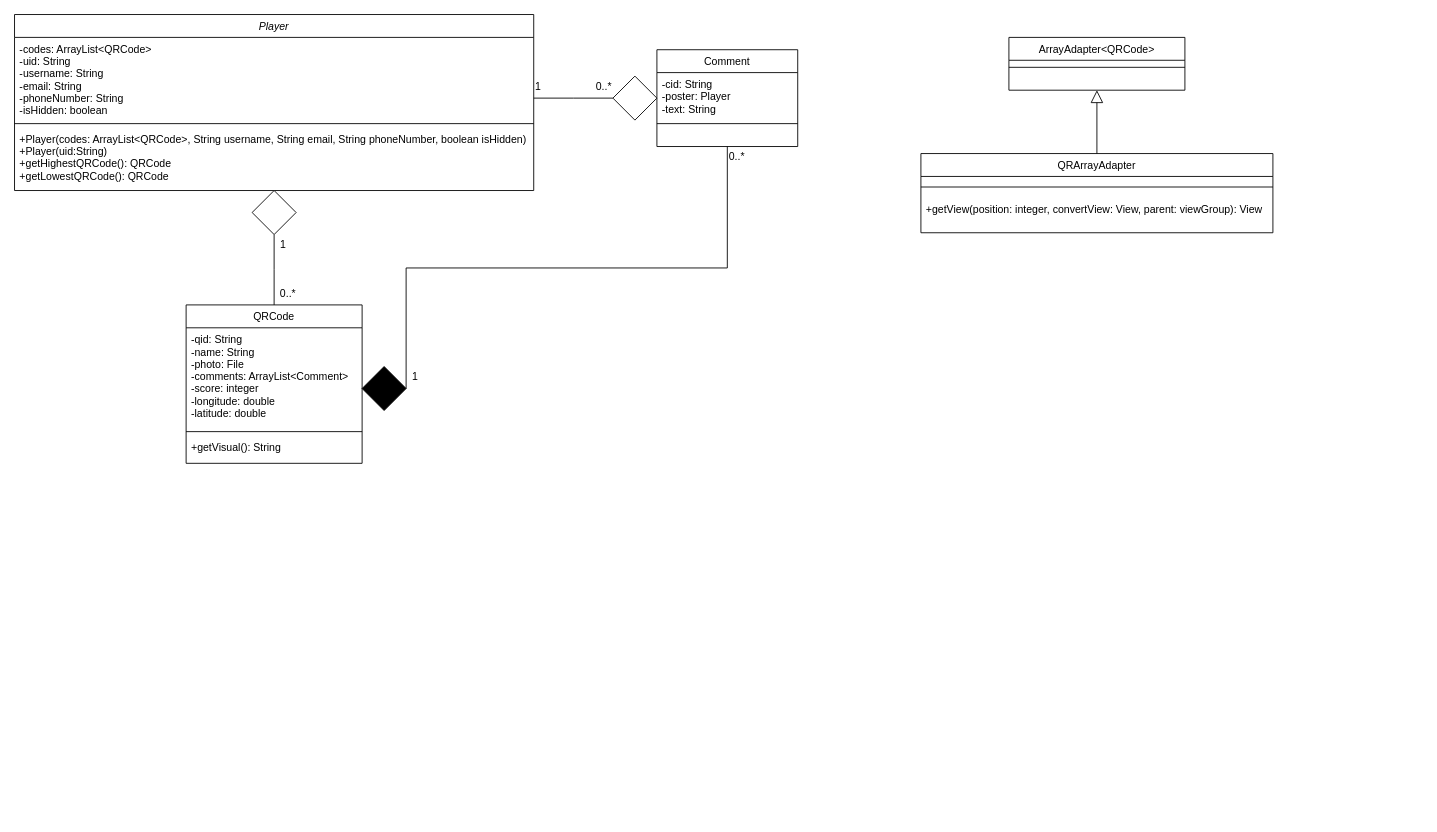
Earlier version of the draw.io diagram part3_temp_work/classdiagram.drawio (CMPUT301W23T18/Team18Project). Source tidied: cells renumbered, new cells numbered last; positions are measured from the earlier drawing's top-left corner, leaving out a move shared by most shapes. Both pictures are drawn from the tidied source at 88%, with x=0, y=0 at pixel (14, 14).
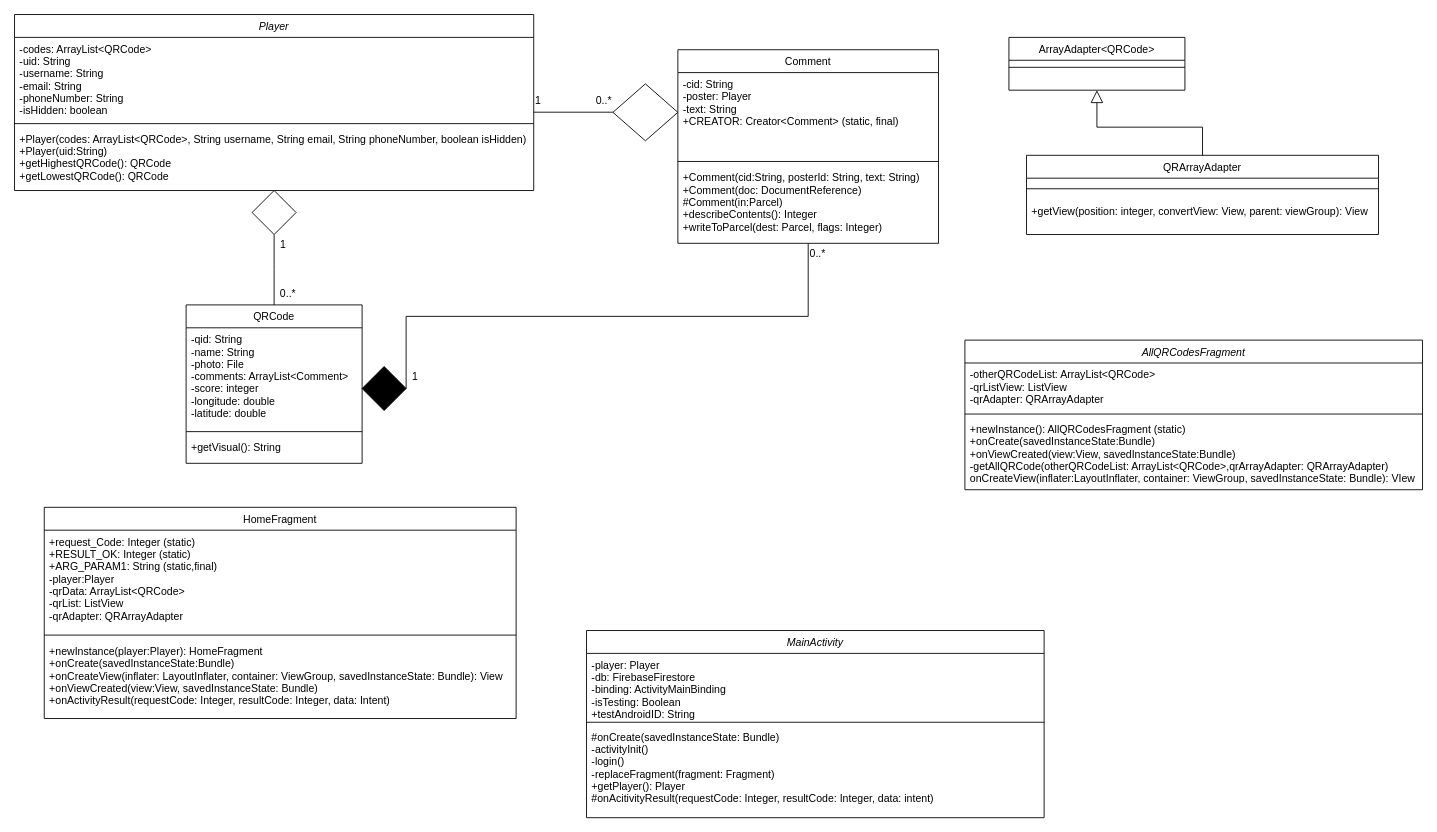
The same diagram, later.

What changed in the source:
```diff
@@
     <mxCell id="9" style="group;" parent="1" vertex="1">
-      <mxGeometry x="680" y="40" width="210" height="110" as="geometry" />
+      <mxGeometry x="680" y="40" width="400" height="250" as="geometry" />
     </mxCell>
     <mxCell id="10" value="Comment" style="swimlane;fontStyle=0;align=center;verticalAlign=top;horizontal=1;startSize=26;rounded=0;shadow=0;strokeWidth=1;" parent="9" vertex="1">
-      <mxGeometry x="50" width="160" height="110" as="geometry" />
+      <mxGeometry x="73.8" width="296.2" height="220" as="geometry" />
     </mxCell>
-    <mxCell id="11" value="-cid: String&#10;-poster: Player&#10;-text: String" style="text;align=left;verticalAlign=top;spacingLeft=4;spacingRight=4;overflow=hidden;" parent="10" vertex="1">
-      <mxGeometry y="26" width="160" height="54" as="geometry" />
+    <mxCell id="11" value="-cid: String&#10;-poster: Player&#10;-text: String&#10;+CREATOR: Creator&lt;Comment&gt; (static, final)" style="text;align=left;verticalAlign=top;spacingLeft=4;spacingRight=4;overflow=hidden;" parent="10" vertex="1">
+      <mxGeometry y="26" width="296.2" height="95.8" as="geometry" />
     </mxCell>
     <mxCell id="12" style="line;html=1;strokeWidth=1;align=left;verticalAlign=middle;spacingTop=-1;spacingLeft=3;spacingRight=3;labelPosition=right;" parent="10" vertex="1">
-      <mxGeometry y="80" width="160" height="8" as="geometry" />
+      <mxGeometry y="121.8" width="296.2" height="10.4" as="geometry" />
     </mxCell>
+    <mxCell id="35" value="+Comment(cid:String, posterId: String, text: String)&#10;+Comment(doc: DocumentReference)&#10;#Comment(in:Parcel)&#10;+describeContents(): Integer&#10;+writeToParcel(dest: Parcel, flags: Integer)&#10;" style="text;align=left;verticalAlign=top;spacingLeft=4;spacingRight=4;overflow=hidden;" parent="10" vertex="1">
+      <mxGeometry y="132.1" width="296.2" height="77.9" as="geometry" />
+    </mxCell>
     <mxCell id="13" style="rhombus;whiteSpace=wrap;html=1;" parent="9" vertex="1">
-      <mxGeometry y="30" width="50" height="50" as="geometry" />
+      <mxGeometry y="38.8" width="73.8" height="64.7" as="geometry" />
     </mxCell>
@@
     <mxCell id="27" style="group;" parent="1" vertex="1">
-      <mxGeometry x="1030" y="158" width="400" height="90" as="geometry" />
+      <mxGeometry x="1150" y="160" width="400" height="90" as="geometry" />
     </mxCell>
@@
+    <mxCell id="36" style="group;" parent="1" vertex="1">
+      <mxGeometry x="-40" y="560" width="610" height="250" as="geometry" />
+    </mxCell>
+    <mxCell id="37" value="HomeFragment" style="swimlane;fontStyle=0;align=center;verticalAlign=top;horizontal=1;startSize=26;rounded=0;shadow=0;strokeWidth=1;" parent="36" vertex="1">
+      <mxGeometry x="73.8" width="536.2" height="240" as="geometry" />
+    </mxCell>
+    <mxCell id="38" value="+request_Code: Integer (static)&#10;+RESULT_OK: Integer (static)&#10;+ARG_PARAM1: String (static,final)&#10;-player:Player&#10;-qrData: ArrayList&lt;QRCode&gt;&#10;-qrList: ListView&#10;-qrAdapter: QRArrayAdapter" style="text;align=left;verticalAlign=top;spacingLeft=4;spacingRight=4;overflow=hidden;" parent="37" vertex="1">
+      <mxGeometry y="26" width="536.2" height="114" as="geometry" />
+    </mxCell>
+    <mxCell id="39" style="line;html=1;strokeWidth=1;align=left;verticalAlign=middle;spacingTop=-1;spacingLeft=3;spacingRight=3;labelPosition=right;" parent="37" vertex="1">
+      <mxGeometry y="140" width="536.2" height="10.4" as="geometry" />
+    </mxCell>
+    <mxCell id="40" value="+newInstance(player:Player): HomeFragment&#10;+onCreate(savedInstanceState:Bundle)&#10;+onCreateView(inflater: LayoutInflater, container: ViewGroup, savedInstanceState: Bundle): View&#10;+onViewCreated(view:View, savedInstanceState: Bundle)&#10;+onActivityResult(requestCode: Integer, resultCode: Integer, data: Intent)" style="text;align=left;verticalAlign=top;spacingLeft=4;spacingRight=4;overflow=hidden;" parent="37" vertex="1">
+      <mxGeometry y="150.4" width="536.2" height="77.9" as="geometry" />
+    </mxCell>
+    <mxCell id="41" style="group;" parent="1" vertex="1">
+      <mxGeometry x="610" y="460" width="570" height="480" as="geometry" />
+    </mxCell>
+    <mxCell id="42" style="group;" parent="41" vertex="1">
+      <mxGeometry x="50" y="168.9" width="520" height="311.1" as="geometry" />
+    </mxCell>
+    <mxCell id="43" value="MainActivity" style="swimlane;fontStyle=2;align=center;verticalAlign=top;horizontal=1;startSize=26;rounded=0;shadow=0;strokeWidth=1;" parent="42" vertex="1">
+      <mxGeometry x="-10" y="71.1" width="520" height="212.7" as="geometry" />
+    </mxCell>
+    <mxCell id="44" value="-player: Player&#10;-db: FirebaseFirestore&#10;-binding: ActivityMainBinding&#10;-isTesting: Boolean&#10;+testAndroidID: String&#10;" style="text;align=left;verticalAlign=top;spacingLeft=4;spacingRight=4;overflow=hidden;" parent="43" vertex="1">
+      <mxGeometry y="26" width="520" height="74.7" as="geometry" />
+    </mxCell>
+    <mxCell id="45" style="line;html=1;strokeWidth=1;align=left;verticalAlign=middle;spacingTop=-1;spacingLeft=3;spacingRight=3;labelPosition=right;" parent="43" vertex="1">
+      <mxGeometry y="100.7" width="520" height="7.1" as="geometry" />
+    </mxCell>
+    <mxCell id="46" value="#onCreate(savedInstanceState: Bundle)&#10;-activityInit()&#10;-login()&#10;-replaceFragment(fragment: Fragment)&#10;+getPlayer(): Player&#10;#onAcitivityResult(requestCode: Integer, resultCode: Integer, data: intent)" style="text;align=left;verticalAlign=top;spacingLeft=4;spacingRight=4;overflow=hidden;fontStyle=0;" parent="43" vertex="1">
+      <mxGeometry y="107.8" width="520" height="90.7" as="geometry" />
+    </mxCell>
+    <mxCell id="47" value="AllQRCodesFragment" style="swimlane;fontStyle=2;align=center;verticalAlign=top;horizontal=1;startSize=26;rounded=0;shadow=0;strokeWidth=1;" parent="1" vertex="1">
+      <mxGeometry x="1080" y="370" width="520" height="170" as="geometry" />
+    </mxCell>
+    <mxCell id="48" value="-otherQRCodeList: ArrayList&lt;QRCode&gt;&#10;-qrListView: ListView&#10;-qrAdapter: QRArrayAdapter&#10;&#10;" style="text;align=left;verticalAlign=top;spacingLeft=4;spacingRight=4;overflow=hidden;" parent="47" vertex="1">
+      <mxGeometry y="26" width="520" height="54" as="geometry" />
+    </mxCell>
+    <mxCell id="49" style="line;html=1;strokeWidth=1;align=left;verticalAlign=middle;spacingTop=-1;spacingLeft=3;spacingRight=3;labelPosition=right;" parent="47" vertex="1">
+      <mxGeometry y="80" width="520" height="8" as="geometry" />
+    </mxCell>
+    <mxCell id="50" value="+newInstance(): AllQRCodesFragment (static)&#10;+onCreate(savedInstanceState:Bundle)&#10;+onViewCreated(view:View, savedInstanceState:Bundle)&#10;-getAllQRCode(otherQRCodeList: ArrayList&lt;QRCode&gt;,qrArrayAdapter: QRArrayAdapter)&#10;onCreateView(inflater:LayoutInflater, container: ViewGroup, savedInstanceState: Bundle): VIew&#10;" style="text;align=left;verticalAlign=top;spacingLeft=4;spacingRight=4;overflow=hidden;fontStyle=0;" parent="47" vertex="1">
+      <mxGeometry y="88" width="520" height="70" as="geometry" />
+    </mxCell>
```
